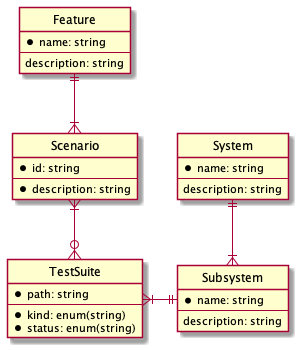
Before: diagrams/ER.png, a diagram exported from PlantUML (filecoin-project/system-test-matrix).
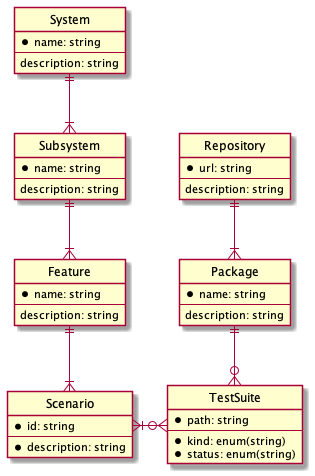
Later version of the same file.

Commit message:
diagram: change ER diagram to show the repository/package structure

What changed in the source:
```diff
@@ -9,6 +9,19 @@
   --
   * kind: enum(string)
   * status: enum(string)
+}
+
+
+entity System {
+  * name: string
+  --
+  description: string
+}
+
+entity Subsystem {
+  * name: string
+  --
+  description: string
 }
 
 entity Feature {
@@ -23,21 +36,23 @@
   * description: string
 }
 
-entity Subsystem {
+entity Repository {
+  * url: string
+  --
+  description: string
+}
+
+entity Package {
   * name: string
   --
   description: string
 }
 
-entity System {
-  * name: string
-  --
-  description: string
-}
-
+System ||--|{ Subsystem
+Subsystem ||--|{ Feature
 Feature ||--|{ Scenario
-Scenario }|--o{ TestSuite
-TestSuite }|-right-|| Subsystem
-Subsystem }|-up-|| System
+Scenario }|-right-o{ TestSuite
+TestSuite }o-up-|| Package
+Package }|-up-|| Repository
 
 @enduml
```
